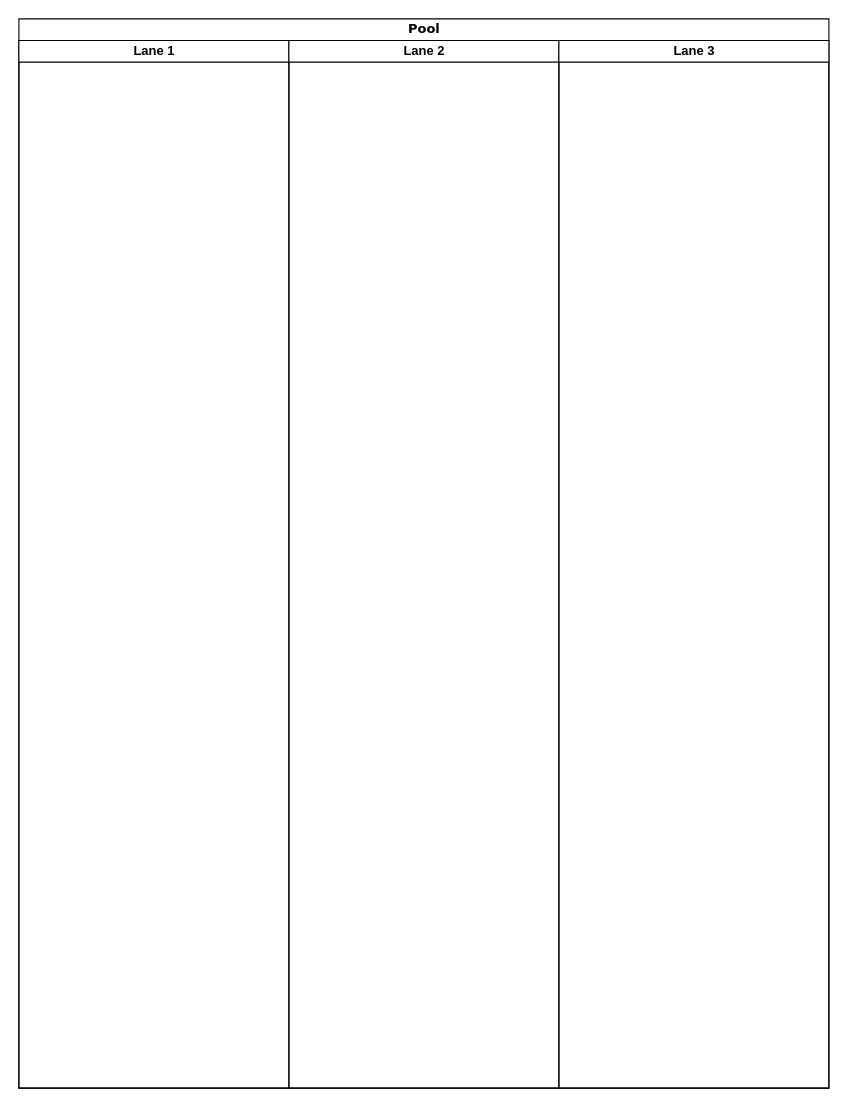
The draw.io diagram Untitled Diagram.drawio in tatho-97/Thi-t-k-v-m-h-nh-h-a-ph-n-m-m, before the edit. Source tidied: cells renumbered, new cells numbered last; positions are measured from the earlier drawing's top-left corner, leaving out a move shared by most shapes. Both pictures are drawn from the tidied source at 108%, with x=0, y=0 at pixel (18, 18).
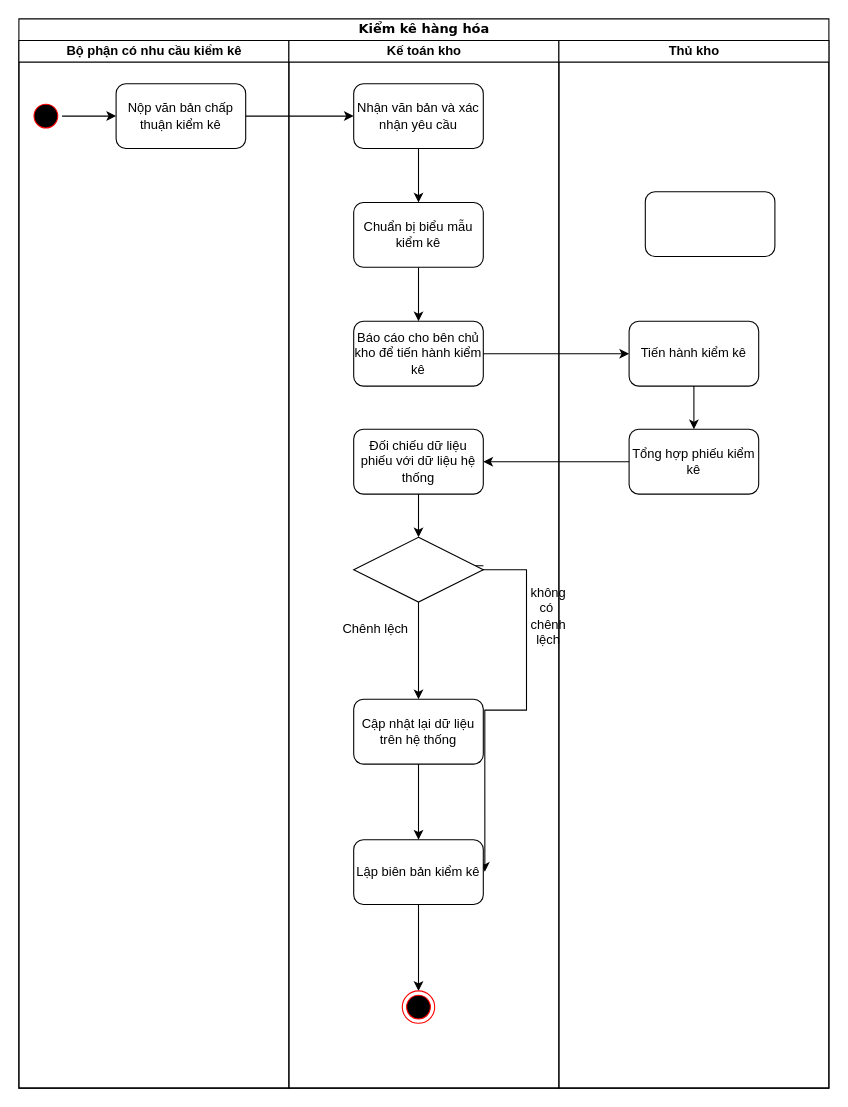
After the change.

Change to the diagram source:
```diff
@@
-    <mxCell id="2" value="Pool" style="swimlane;html=1;startSize=20;rounded=0;shadow=0;comic=0;labelBackgroundColor=none;strokeWidth=1;fontFamily=Verdana;fontSize=12;align=center;" parent="1" vertex="1">
+    <mxCell id="2" value="Kiểm kê hàng hóa" style="swimlane;html=1;startSize=20;rounded=0;shadow=0;comic=0;labelBackgroundColor=none;strokeWidth=1;fontFamily=Verdana;fontSize=12;align=center;" parent="1" vertex="1">
       <mxGeometry width="750" height="990" as="geometry" />
     </mxCell>
-    <mxCell id="3" value="Lane 1" style="swimlane;html=1;startSize=20;" parent="2" vertex="1">
+    <mxCell id="3" value="Bộ phận có nhu cầu kiểm kê" style="swimlane;html=1;startSize=20;" parent="2" vertex="1">
       <mxGeometry y="20" width="250" height="970" as="geometry" />
     </mxCell>
+    <mxCell id="6" style="edgeStyle=orthogonalEdgeStyle;rounded=0;jettySize=auto;html=1;entryX=0;entryY=0.5;entryDx=0;entryDy=0;" parent="3" edge="1" source="7" target="8">
+      <mxGeometry relative="1" as="geometry" />
+    </mxCell>
+    <mxCell id="7" style="ellipse;html=1;shape=startState;fillColor=#000000;strokeColor=#ff0000;" parent="3" vertex="1">
+      <mxGeometry x="10" y="55" width="30" height="30" as="geometry" />
+    </mxCell>
+    <mxCell id="8" value="Nộp văn bản chấp thuận kiểm kê" style="rounded=1;whiteSpace=wrap;html=1;" parent="3" vertex="1">
+      <mxGeometry x="90" y="40" width="120" height="60" as="geometry" />
+    </mxCell>
-    <mxCell id="4" value="Lane 2" style="swimlane;html=1;startSize=20;" parent="2" vertex="1">
+    <mxCell id="4" value="Kế toán kho" style="swimlane;html=1;startSize=20;" parent="2" vertex="1">
       <mxGeometry x="250" y="20" width="250" height="970" as="geometry" />
     </mxCell>
+    <mxCell id="9" style="edgeStyle=orthogonalEdgeStyle;rounded=0;jettySize=auto;html=1;entryX=0.5;entryY=0;entryDx=0;entryDy=0;" parent="4" edge="1" source="10" target="24">
+      <mxGeometry relative="1" as="geometry" />
+    </mxCell>
+    <mxCell id="10" value="Nhận văn bản và xác nhận yêu cầu" style="rounded=1;whiteSpace=wrap;html=1;" parent="4" vertex="1">
+      <mxGeometry x="60" y="40" width="120" height="60" as="geometry" />
+    </mxCell>
+    <mxCell id="11" value="Báo cáo cho bên chủ kho để tiến hành kiểm kê" style="rounded=1;whiteSpace=wrap;html=1;" parent="4" vertex="1">
+      <mxGeometry x="60" y="260" width="120" height="60" as="geometry" />
+    </mxCell>
+    <mxCell id="12" value="Đối chiếu dữ liệu phiếu với dữ liệu hệ thống" style="rounded=1;whiteSpace=wrap;html=1;" parent="4" vertex="1">
+      <mxGeometry x="60" y="360" width="120" height="60" as="geometry" />
+    </mxCell>
+    <mxCell id="13" style="edgeStyle=orthogonalEdgeStyle;rounded=0;jettySize=auto;html=1;" parent="4" edge="1" source="15" target="18">
+      <mxGeometry relative="1" as="geometry" />
+    </mxCell>
+    <mxCell id="14" style="edgeStyle=orthogonalEdgeStyle;rounded=0;jettySize=auto;html=1;entryX=1.012;entryY=0.496;entryDx=0;entryDy=0;entryPerimeter=0;exitX=1.001;exitY=0.44;exitDx=0;exitDy=0;exitPerimeter=0;" parent="4" edge="1" source="15" target="20">
+      <mxGeometry relative="1" as="geometry">
+        <Array as="points">
+          <mxPoint x="170" y="486" />
+          <mxPoint x="170" y="490" />
+          <mxPoint x="220" y="490" />
+          <mxPoint x="220" y="620" />
+          <mxPoint x="181" y="620" />
+        </Array>
+      </mxGeometry>
+    </mxCell>
+    <mxCell id="15" style="shape=rhombus;perimeter=rhombusPerimeter;whiteSpace=wrap;html=1;align=center;" parent="4" vertex="1">
+      <mxGeometry x="60" y="460" width="120" height="60" as="geometry" />
+    </mxCell>
+    <mxCell id="16" style="edgeStyle=orthogonalEdgeStyle;rounded=0;jettySize=auto;html=1;" parent="4" edge="1" source="12" target="15">
+      <mxGeometry relative="1" as="geometry" />
+    </mxCell>
+    <mxCell id="17" style="edgeStyle=orthogonalEdgeStyle;rounded=0;jettySize=auto;html=1;" parent="4" edge="1" source="18" target="20">
+      <mxGeometry relative="1" as="geometry" />
+    </mxCell>
+    <mxCell id="18" value="Cập nhật lại dữ liệu trên hệ thống" style="rounded=1;whiteSpace=wrap;html=1;" parent="4" vertex="1">
+      <mxGeometry x="60" y="610" width="120" height="60" as="geometry" />
+    </mxCell>
+    <mxCell id="19" style="edgeStyle=orthogonalEdgeStyle;rounded=0;jettySize=auto;html=1;entryX=0.5;entryY=0;entryDx=0;entryDy=0;" parent="4" edge="1" source="20" target="22">
+      <mxGeometry relative="1" as="geometry" />
+    </mxCell>
+    <mxCell id="20" value="Lập biên bản kiểm kê" style="rounded=1;whiteSpace=wrap;html=1;" parent="4" vertex="1">
+      <mxGeometry x="60" y="740" width="120" height="60" as="geometry" />
+    </mxCell>
+    <mxCell id="21" value="Chênh lệch" style="text;html=1;align=center;verticalAlign=middle;strokeColor=none;fillColor=none;" parent="4" vertex="1">
+      <mxGeometry x="40" y="530" width="80" height="30" as="geometry" />
+    </mxCell>
+    <mxCell id="22" style="ellipse;html=1;shape=endState;fillColor=#000000;strokeColor=#ff0000;" parent="4" vertex="1">
+      <mxGeometry x="105" y="880" width="30" height="30" as="geometry" />
+    </mxCell>
+    <mxCell id="23" style="edgeStyle=orthogonalEdgeStyle;rounded=0;jettySize=auto;html=1;entryX=0.5;entryY=0;entryDx=0;entryDy=0;" parent="4" edge="1" source="24" target="11">
+      <mxGeometry relative="1" as="geometry" />
+    </mxCell>
+    <mxCell id="24" value="Chuẩn bị biểu mẫu kiểm kê" style="rounded=1;whiteSpace=wrap;html=1;" parent="4" vertex="1">
+      <mxGeometry x="60" y="150" width="120" height="60" as="geometry" />
+    </mxCell>
-    <mxCell id="5" value="Lane 3" style="swimlane;html=1;startSize=20;" parent="2" vertex="1">
+    <mxCell id="5" value="Thủ kho" style="swimlane;html=1;startSize=20;" parent="2" vertex="1">
       <mxGeometry x="500" y="20" width="250" height="970" as="geometry" />
     </mxCell>
+    <mxCell id="25" style="edgeStyle=orthogonalEdgeStyle;rounded=0;jettySize=auto;html=1;entryX=0.5;entryY=0;entryDx=0;entryDy=0;" parent="5" edge="1" source="26" target="27">
+      <mxGeometry relative="1" as="geometry" />
+    </mxCell>
+    <mxCell id="26" value="Tiến hành kiểm kê" style="rounded=1;whiteSpace=wrap;html=1;" parent="5" vertex="1">
+      <mxGeometry x="65" y="260" width="120" height="60" as="geometry" />
+    </mxCell>
+    <mxCell id="27" value="Tổng hợp phiếu kiểm kê" style="rounded=1;whiteSpace=wrap;html=1;" parent="5" vertex="1">
+      <mxGeometry x="65" y="360" width="120" height="60" as="geometry" />
+    </mxCell>
+    <mxCell id="28" style="rounded=1;whiteSpace=wrap;html=1;" parent="5" vertex="1">
+      <mxGeometry x="80" y="140" width="120" height="60" as="geometry" />
+    </mxCell>
+    <mxCell id="29" style="edgeStyle=orthogonalEdgeStyle;rounded=0;jettySize=auto;html=1;" parent="2" edge="1" source="8" target="10">
+      <mxGeometry relative="1" as="geometry" />
+    </mxCell>
+    <mxCell id="30" style="edgeStyle=orthogonalEdgeStyle;rounded=0;jettySize=auto;html=1;entryX=0;entryY=0.5;entryDx=0;entryDy=0;" parent="2" edge="1" source="11" target="26">
+      <mxGeometry relative="1" as="geometry" />
+    </mxCell>
+    <mxCell id="31" style="edgeStyle=orthogonalEdgeStyle;rounded=0;jettySize=auto;html=1;entryX=1;entryY=0.5;entryDx=0;entryDy=0;" parent="2" edge="1" source="27" target="12">
+      <mxGeometry relative="1" as="geometry" />
+    </mxCell>
+    <mxCell id="32" value="không&lt;div&gt;có&amp;nbsp;&lt;/div&gt;&lt;div&gt;chênh&lt;/div&gt;&lt;div&gt;lệch&lt;/div&gt;" style="text;html=1;align=center;verticalAlign=middle;strokeColor=none;fillColor=none;" parent="1" vertex="1">
+      <mxGeometry x="460" y="518" width="60" height="70" as="geometry" />
+    </mxCell>
```
